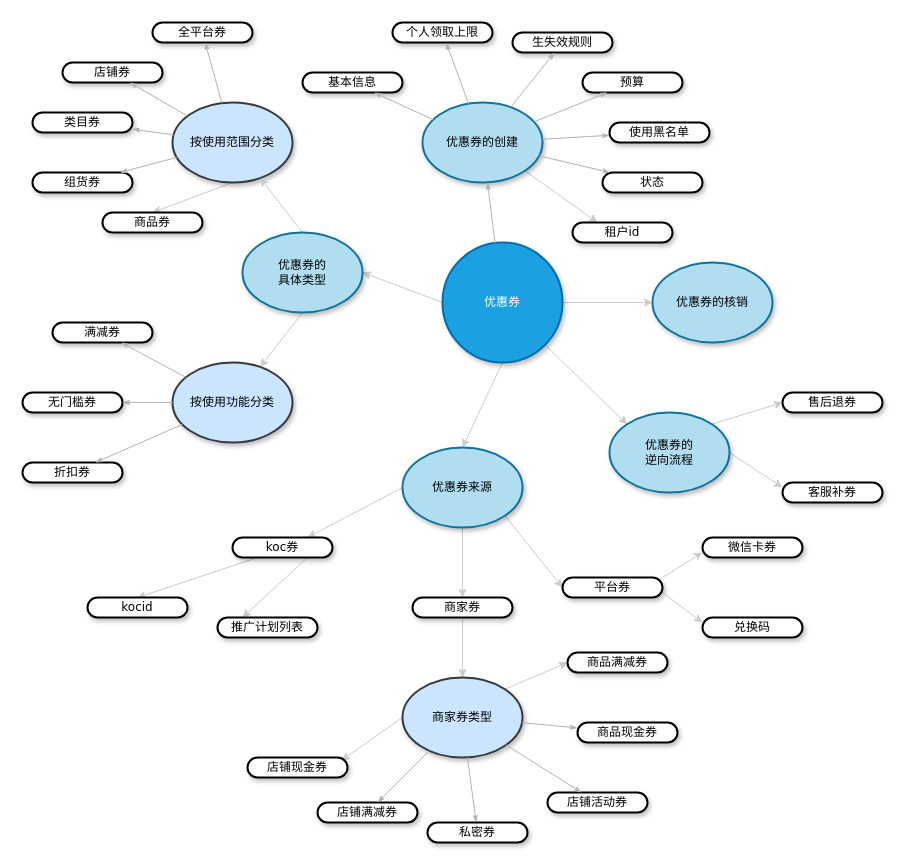
Above: page "Page-35" (23 of 32) of Untitled Diagram.drawio in zengcrvip/basedemo (draw.io), before the change. Source tidied: cells renumbered, new cells numbered last; positions are measured from the earlier drawing's top-left corner, leaving out a move shared by most shapes. Both pictures are drawn from the tidied source at 100%, with x=0, y=0 at pixel (22, 22).
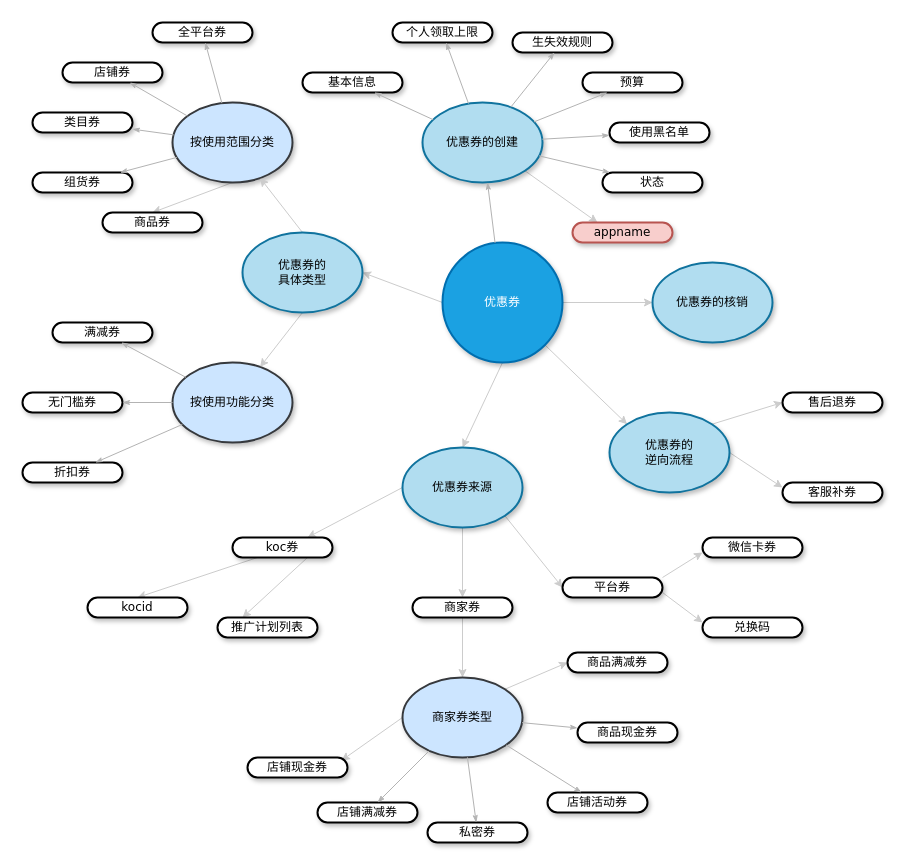
Above is the later version.

Change to the diagram source:
```diff
@@
-    <mxCell id="77" value="&lt;span&gt;租户id&lt;/span&gt;" style="whiteSpace=wrap;html=1;rounded=1;shadow=1;comic=0;labelBackgroundColor=none;strokeWidth=2;fontFamily=Verdana;fontSize=12;align=center;arcSize=50;" parent="1" vertex="1">
+    <mxCell id="77" value="&lt;span&gt;appname&lt;/span&gt;" style="whiteSpace=wrap;html=1;rounded=1;shadow=1;comic=0;labelBackgroundColor=none;strokeWidth=2;fontFamily=Verdana;fontSize=12;align=center;arcSize=50;fillColor=#f8cecc;strokeColor=#b85450;" parent="1" vertex="1">
       <mxGeometry x="550" y="200" width="100" height="20" as="geometry" />
     </mxCell>
```
